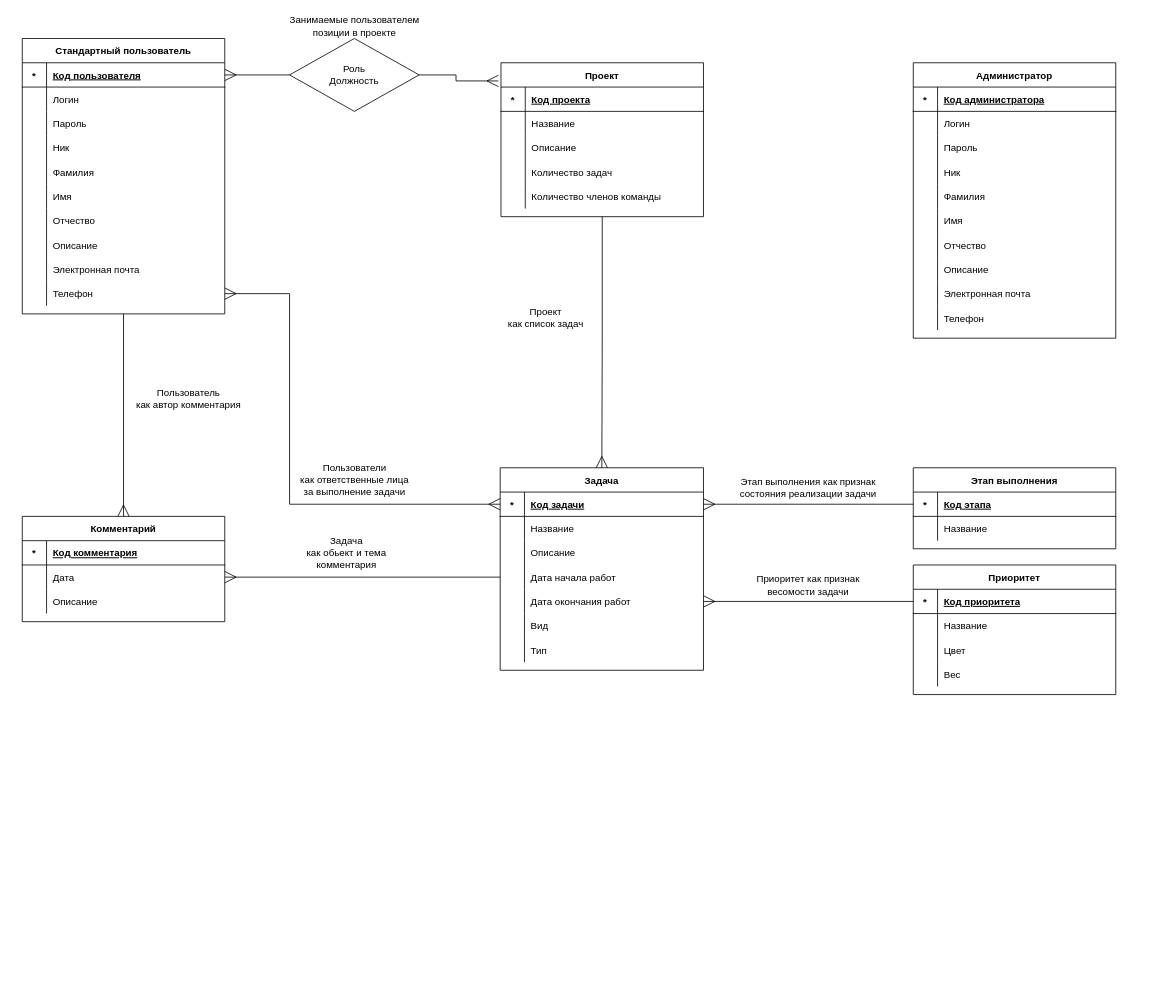
Earlier version of the draw.io diagram doc/erd.drawio (UlrixSingle/task-manager-suai-23). Source tidied: cells renumbered, new cells numbered last; positions are measured from the earlier drawing's top-left corner, leaving out a move shared by most shapes. Both pictures are drawn from the tidied source at 81%, with x=0, y=0 at pixel (22, 14).
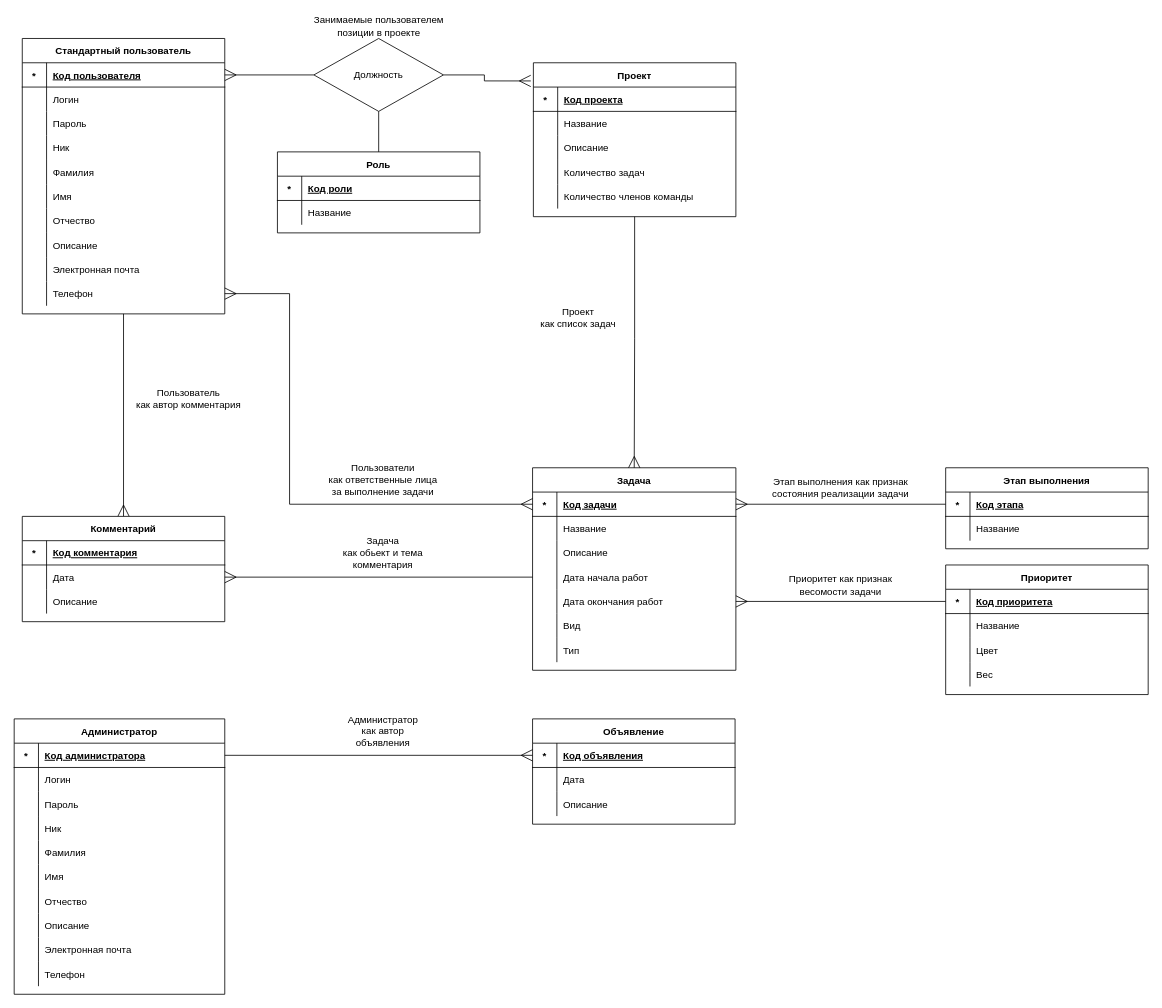
The same page after the edit.

Diff of the diagram source:
```diff
@@
     <mxCell id="2" value="Администратор" style="shape=table;startSize=30;childLayout=tableLayout;rowLines=0;fontStyle=1;align=center;" parent="1" vertex="1">
-      <mxGeometry x="1100" y="60" width="250" height="340" as="geometry" />
+      <mxGeometry x="-10" y="870" width="260" height="340" as="geometry" />
     </mxCell>
     <mxCell id="3" style="shape=partialRectangle;fillColor=none;points=[[0,0.5],[1,0.5]];portConstraint=eastwest;top=0;left=0;right=0;bottom=1;" parent="2" vertex="1">
-      <mxGeometry y="30" width="250" height="30" as="geometry" />
+      <mxGeometry y="30" width="260" height="30" as="geometry" />
     </mxCell>
@@
     <mxCell id="5" value="Код администратора" style="shape=partialRectangle;overflow=hidden;fillColor=none;top=0;left=0;bottom=0;right=0;align=left;spacingLeft=6;fontStyle=5;" parent="3" vertex="1">
-      <mxGeometry x="30" width="220" height="30" as="geometry" />
+      <mxGeometry x="30" width="230" height="30" as="geometry" />
     </mxCell>
     <mxCell id="6" style="shape=partialRectangle;fillColor=none;top=0;left=0;right=0;bottom=0;" parent="2" vertex="1">
-      <mxGeometry y="60" width="250" height="30" as="geometry" />
+      <mxGeometry y="60" width="260" height="30" as="geometry" />
     </mxCell>
@@
     <mxCell id="8" value="Логин" style="shape=partialRectangle;overflow=hidden;fillColor=none;top=0;left=0;bottom=0;right=0;align=left;spacingLeft=6;" parent="6" vertex="1">
-      <mxGeometry x="30" width="220" height="30" as="geometry" />
+      <mxGeometry x="30" width="230" height="30" as="geometry" />
     </mxCell>
     <mxCell id="9" style="shape=partialRectangle;fillColor=none;top=0;left=0;right=0;bottom=0;" parent="2" vertex="1">
-      <mxGeometry y="90" width="250" height="30" as="geometry" />
+      <mxGeometry y="90" width="260" height="30" as="geometry" />
     </mxCell>
@@
     <mxCell id="11" value="Пароль" style="shape=partialRectangle;overflow=hidden;fillColor=none;top=0;left=0;bottom=0;right=0;align=left;spacingLeft=6;" parent="9" vertex="1">
-      <mxGeometry x="30" width="220" height="30" as="geometry" />
+      <mxGeometry x="30" width="230" height="30" as="geometry" />
     </mxCell>
     <mxCell id="12" style="shape=partialRectangle;fillColor=none;top=0;left=0;right=0;bottom=0;" parent="2" vertex="1">
-      <mxGeometry y="120" width="250" height="30" as="geometry" />
+      <mxGeometry y="120" width="260" height="30" as="geometry" />
     </mxCell>
@@
     <mxCell id="14" value="Ник" style="shape=partialRectangle;overflow=hidden;fillColor=none;top=0;left=0;bottom=0;right=0;align=left;spacingLeft=6;" parent="12" vertex="1">
-      <mxGeometry x="30" width="220" height="30" as="geometry" />
+      <mxGeometry x="30" width="230" height="30" as="geometry" />
     </mxCell>
     <mxCell id="15" style="shape=partialRectangle;fillColor=none;top=0;left=0;right=0;bottom=0;" parent="2" vertex="1">
-      <mxGeometry y="150" width="250" height="30" as="geometry" />
+      <mxGeometry y="150" width="260" height="30" as="geometry" />
     </mxCell>
@@
     <mxCell id="17" value="Фамилия" style="shape=partialRectangle;overflow=hidden;fillColor=none;top=0;left=0;bottom=0;right=0;align=left;spacingLeft=6;" parent="15" vertex="1">
-      <mxGeometry x="30" width="220" height="30" as="geometry" />
+      <mxGeometry x="30" width="230" height="30" as="geometry" />
     </mxCell>
     <mxCell id="18" style="shape=partialRectangle;fillColor=none;top=0;left=0;right=0;bottom=0;" parent="2" vertex="1">
-      <mxGeometry y="180" width="250" height="30" as="geometry" />
+      <mxGeometry y="180" width="260" height="30" as="geometry" />
     </mxCell>
@@
     <mxCell id="20" value="Имя" style="shape=partialRectangle;overflow=hidden;fillColor=none;top=0;left=0;bottom=0;right=0;align=left;spacingLeft=6;" parent="18" vertex="1">
-      <mxGeometry x="30" width="220" height="30" as="geometry" />
+      <mxGeometry x="30" width="230" height="30" as="geometry" />
     </mxCell>
     <mxCell id="21" style="shape=partialRectangle;fillColor=none;top=0;left=0;right=0;bottom=0;" parent="2" vertex="1">
-      <mxGeometry y="210" width="250" height="30" as="geometry" />
+      <mxGeometry y="210" width="260" height="30" as="geometry" />
     </mxCell>
@@
     <mxCell id="23" value="Отчество" style="shape=partialRectangle;overflow=hidden;fillColor=none;top=0;left=0;bottom=0;right=0;align=left;spacingLeft=6;" parent="21" vertex="1">
-      <mxGeometry x="30" width="220" height="30" as="geometry" />
+      <mxGeometry x="30" width="230" height="30" as="geometry" />
     </mxCell>
     <mxCell id="24" style="shape=partialRectangle;fillColor=none;top=0;left=0;right=0;bottom=0;" parent="2" vertex="1">
-      <mxGeometry y="240" width="250" height="30" as="geometry" />
+      <mxGeometry y="240" width="260" height="30" as="geometry" />
     </mxCell>
@@
     <mxCell id="26" value="Описание" style="shape=partialRectangle;overflow=hidden;fillColor=none;top=0;left=0;bottom=0;right=0;align=left;spacingLeft=6;" parent="24" vertex="1">
-      <mxGeometry x="30" width="220" height="30" as="geometry" />
+      <mxGeometry x="30" width="230" height="30" as="geometry" />
     </mxCell>
     <mxCell id="27" style="shape=partialRectangle;fillColor=none;top=0;left=0;right=0;bottom=0;" parent="2" vertex="1">
-      <mxGeometry y="270" width="250" height="30" as="geometry" />
+      <mxGeometry y="270" width="260" height="30" as="geometry" />
     </mxCell>
@@
     <mxCell id="29" value="Электронная почта" style="shape=partialRectangle;overflow=hidden;fillColor=none;top=0;left=0;bottom=0;right=0;align=left;spacingLeft=6;" parent="27" vertex="1">
-      <mxGeometry x="30" width="220" height="30" as="geometry" />
+      <mxGeometry x="30" width="230" height="30" as="geometry" />
     </mxCell>
     <mxCell id="30" style="shape=partialRectangle;fillColor=none;top=0;left=0;right=0;bottom=0;" parent="2" vertex="1">
-      <mxGeometry y="300" width="250" height="30" as="geometry" />
+      <mxGeometry y="300" width="260" height="30" as="geometry" />
     </mxCell>
@@
     <mxCell id="32" value="Телефон" style="shape=partialRectangle;overflow=hidden;fillColor=none;top=0;left=0;bottom=0;right=0;align=left;spacingLeft=6;" parent="30" vertex="1">
-      <mxGeometry x="30" width="220" height="30" as="geometry" />
+      <mxGeometry x="30" width="230" height="30" as="geometry" />
     </mxCell>
     <mxCell id="33" value="Проект" style="shape=table;startSize=30;childLayout=tableLayout;rowLines=0;fontStyle=1;align=center;" parent="1" vertex="1">
-      <mxGeometry x="591" y="60" width="250" height="190" as="geometry" />
+      <mxGeometry x="631" y="60" width="250" height="190" as="geometry" />
     </mxCell>
@@
     <mxCell id="49" value="Задача" style="shape=table;startSize=30;childLayout=tableLayout;rowLines=0;fontStyle=1;align=center;" parent="1" vertex="1">
-      <mxGeometry x="590" y="560" width="251" height="250" as="geometry" />
+      <mxGeometry x="630" y="560" width="251" height="250" as="geometry" />
     </mxCell>
@@
     <mxCell id="82" value="Приоритет" style="shape=table;startSize=30;childLayout=tableLayout;rowLines=0;fontStyle=1;align=center;" parent="1" vertex="1">
-      <mxGeometry x="1100" y="680" width="250" height="160" as="geometry" />
+      <mxGeometry x="1140" y="680" width="250" height="160" as="geometry" />
     </mxCell>
@@
     <mxCell id="127" style="group;" parent="1" vertex="1">
-      <mxGeometry x="320" width="180" height="120" as="geometry" />
+      <mxGeometry x="350" width="180" height="120" as="geometry" />
     </mxCell>
-    <mxCell id="128" value="Роль&lt;br&gt;Должность" style="rhombus;whiteSpace=wrap;html=1;" parent="127" vertex="1">
+    <mxCell id="128" value="Должность" style="rhombus;whiteSpace=wrap;html=1;" parent="127" vertex="1">
       <mxGeometry x="10" y="30" width="160" height="90" as="geometry" />
     </mxCell>
@@
     <mxCell id="133" value="Задача&lt;br&gt;как обьект и тема &lt;br&gt;комментария" style="text;html=1;align=center;verticalAlign=middle;strokeColor=none;fillColor=none;" parent="1" vertex="1">
-      <mxGeometry x="344.5" y="640" width="110" height="50" as="geometry" />
+      <mxGeometry x="390" y="640" width="110" height="50" as="geometry" />
     </mxCell>
@@
     <mxCell id="136" value="Пользователи&lt;br&gt;как ответственные лица&lt;br&gt;за выполнение задачи" style="text;html=1;align=center;verticalAlign=middle;strokeColor=none;fillColor=none;" parent="1" vertex="1">
-      <mxGeometry x="335" y="550" width="150" height="50" as="geometry" />
+      <mxGeometry x="370" y="550" width="150" height="50" as="geometry" />
     </mxCell>
     <mxCell id="137" value="Приоритет как признак&lt;br&gt;весомости задачи" style="text;html=1;align=center;verticalAlign=middle;strokeColor=none;fillColor=none;" parent="1" vertex="1">
-      <mxGeometry x="900" y="690" width="140" height="30" as="geometry" />
+      <mxGeometry x="940" y="690" width="140" height="30" as="geometry" />
     </mxCell>
     <mxCell id="138" value="Этап выполнения" style="shape=table;startSize=30;childLayout=tableLayout;rowLines=0;fontStyle=1;align=center;" parent="1" vertex="1">
-      <mxGeometry x="1100" y="560" width="250" height="100" as="geometry" />
+      <mxGeometry x="1140" y="560" width="250" height="100" as="geometry" />
     </mxCell>
@@
     <mxCell id="145" value="Этап выполнения как признак&lt;br&gt;состояния реализации задачи" style="text;html=1;align=center;verticalAlign=middle;strokeColor=none;fillColor=none;" parent="1" vertex="1">
-      <mxGeometry x="880" y="570" width="180" height="30" as="geometry" />
+      <mxGeometry x="920" y="570" width="180" height="30" as="geometry" />
     </mxCell>
     <mxCell id="146" value="Проект &lt;br&gt;как список задач" style="text;html=1;align=center;verticalAlign=middle;strokeColor=none;fillColor=none;" parent="1" vertex="1">
-      <mxGeometry x="591" y="360" width="110" height="30" as="geometry" />
+      <mxGeometry x="631" y="360" width="110" height="30" as="geometry" />
     </mxCell>
@@
+    <mxCell id="149" value="Роль" style="shape=table;startSize=30;childLayout=tableLayout;rowLines=0;fontStyle=1;align=center;" parent="1" vertex="1">
+      <mxGeometry x="315" y="170" width="250" height="100" as="geometry" />
+    </mxCell>
+    <mxCell id="150" style="shape=partialRectangle;fillColor=none;top=0;left=0;right=0;bottom=1;" parent="149" vertex="1">
+      <mxGeometry y="30" width="250" height="30" as="geometry" />
+    </mxCell>
+    <mxCell id="151" value="*" style="shape=partialRectangle;overflow=hidden;fillColor=none;top=0;left=0;bottom=0;right=0;fontStyle=1;" parent="150" vertex="1">
+      <mxGeometry width="30" height="30" as="geometry" />
+    </mxCell>
+    <mxCell id="152" value="Код роли" style="shape=partialRectangle;overflow=hidden;fillColor=none;top=0;left=0;bottom=0;right=0;align=left;spacingLeft=6;fontStyle=5;" parent="150" vertex="1">
+      <mxGeometry x="30" width="220" height="30" as="geometry" />
+    </mxCell>
+    <mxCell id="153" style="shape=partialRectangle;fillColor=none;top=0;left=0;right=0;bottom=0;" parent="149" vertex="1">
+      <mxGeometry y="60" width="250" height="30" as="geometry" />
+    </mxCell>
+    <mxCell id="154" style="shape=partialRectangle;overflow=hidden;fillColor=none;top=0;left=0;bottom=0;right=0;" parent="153" vertex="1">
+      <mxGeometry width="30" height="30" as="geometry" />
+    </mxCell>
+    <mxCell id="155" value="Название" style="shape=partialRectangle;overflow=hidden;fillColor=none;top=0;left=0;bottom=0;right=0;align=left;spacingLeft=6;" parent="153" vertex="1">
+      <mxGeometry x="30" width="220" height="30" as="geometry" />
+    </mxCell>
+    <mxCell id="156" style="edgeStyle=orthogonalEdgeStyle;rounded=0;jettySize=auto;html=1;exitX=0.5;exitY=1;exitDx=0;exitDy=0;entryX=0.5;entryY=0;entryDx=0;entryDy=0;endSize=12;startSize=12;endArrow=none;endFill=0;" parent="1" edge="1" source="128" target="149">
+      <mxGeometry relative="1" as="geometry" />
+    </mxCell>
+    <mxCell id="157" value="Объявление" style="shape=table;startSize=30;childLayout=tableLayout;rowLines=0;fontStyle=1;align=center;" parent="1" vertex="1">
+      <mxGeometry x="630" y="870" width="250" height="130" as="geometry" />
+    </mxCell>
+    <mxCell id="158" style="shape=partialRectangle;fillColor=none;points=[[0,0.5],[1,0.5]];portConstraint=eastwest;top=0;left=0;right=0;bottom=1;" parent="157" vertex="1">
+      <mxGeometry y="30" width="250" height="30" as="geometry" />
+    </mxCell>
+    <mxCell id="159" value="*" style="shape=partialRectangle;overflow=hidden;fillColor=none;top=0;left=0;bottom=0;right=0;fontStyle=1;" parent="158" vertex="1">
+      <mxGeometry width="30" height="30" as="geometry" />
+    </mxCell>
+    <mxCell id="160" value="Код объявления" style="shape=partialRectangle;overflow=hidden;fillColor=none;top=0;left=0;bottom=0;right=0;align=left;spacingLeft=6;fontStyle=5;" parent="158" vertex="1">
+      <mxGeometry x="30" width="220" height="30" as="geometry" />
+    </mxCell>
+    <mxCell id="161" style="shape=partialRectangle;fillColor=none;top=0;left=0;right=0;bottom=0;" parent="157" vertex="1">
+      <mxGeometry y="60" width="250" height="30" as="geometry" />
+    </mxCell>
+    <mxCell id="162" style="shape=partialRectangle;overflow=hidden;fillColor=none;top=0;left=0;bottom=0;right=0;" parent="161" vertex="1">
+      <mxGeometry width="30" height="30" as="geometry" />
+    </mxCell>
+    <mxCell id="163" value="Дата" style="shape=partialRectangle;overflow=hidden;fillColor=none;top=0;left=0;bottom=0;right=0;align=left;spacingLeft=6;" parent="161" vertex="1">
+      <mxGeometry x="30" width="220" height="30" as="geometry" />
+    </mxCell>
+    <mxCell id="164" style="shape=partialRectangle;fillColor=none;top=0;left=0;right=0;bottom=0;" parent="157" vertex="1">
+      <mxGeometry y="90" width="250" height="30" as="geometry" />
+    </mxCell>
+    <mxCell id="165" style="shape=partialRectangle;overflow=hidden;fillColor=none;top=0;left=0;bottom=0;right=0;" parent="164" vertex="1">
+      <mxGeometry width="30" height="30" as="geometry" />
+    </mxCell>
+    <mxCell id="166" value="Описание" style="shape=partialRectangle;overflow=hidden;fillColor=none;top=0;left=0;bottom=0;right=0;align=left;spacingLeft=6;" parent="164" vertex="1">
+      <mxGeometry x="30" width="220" height="30" as="geometry" />
+    </mxCell>
+    <mxCell id="167" style="edgeStyle=orthogonalEdgeStyle;rounded=0;jettySize=auto;html=1;exitX=0;exitY=0.5;exitDx=0;exitDy=0;endSize=12;startSize=12;endArrow=none;endFill=0;startArrow=ERmany;startFill=0;entryX=1;entryY=0.5;entryDx=0;entryDy=0;" parent="1" edge="1" source="158" target="3">
+      <mxGeometry relative="1" as="geometry" />
+    </mxCell>
+    <mxCell id="168" value="Администратор&lt;br&gt;как автор&lt;br&gt;объявления" style="text;html=1;align=center;verticalAlign=middle;strokeColor=none;fillColor=none;" parent="1" vertex="1">
+      <mxGeometry x="395" y="860" width="100" height="50" as="geometry" />
+    </mxCell>
```
